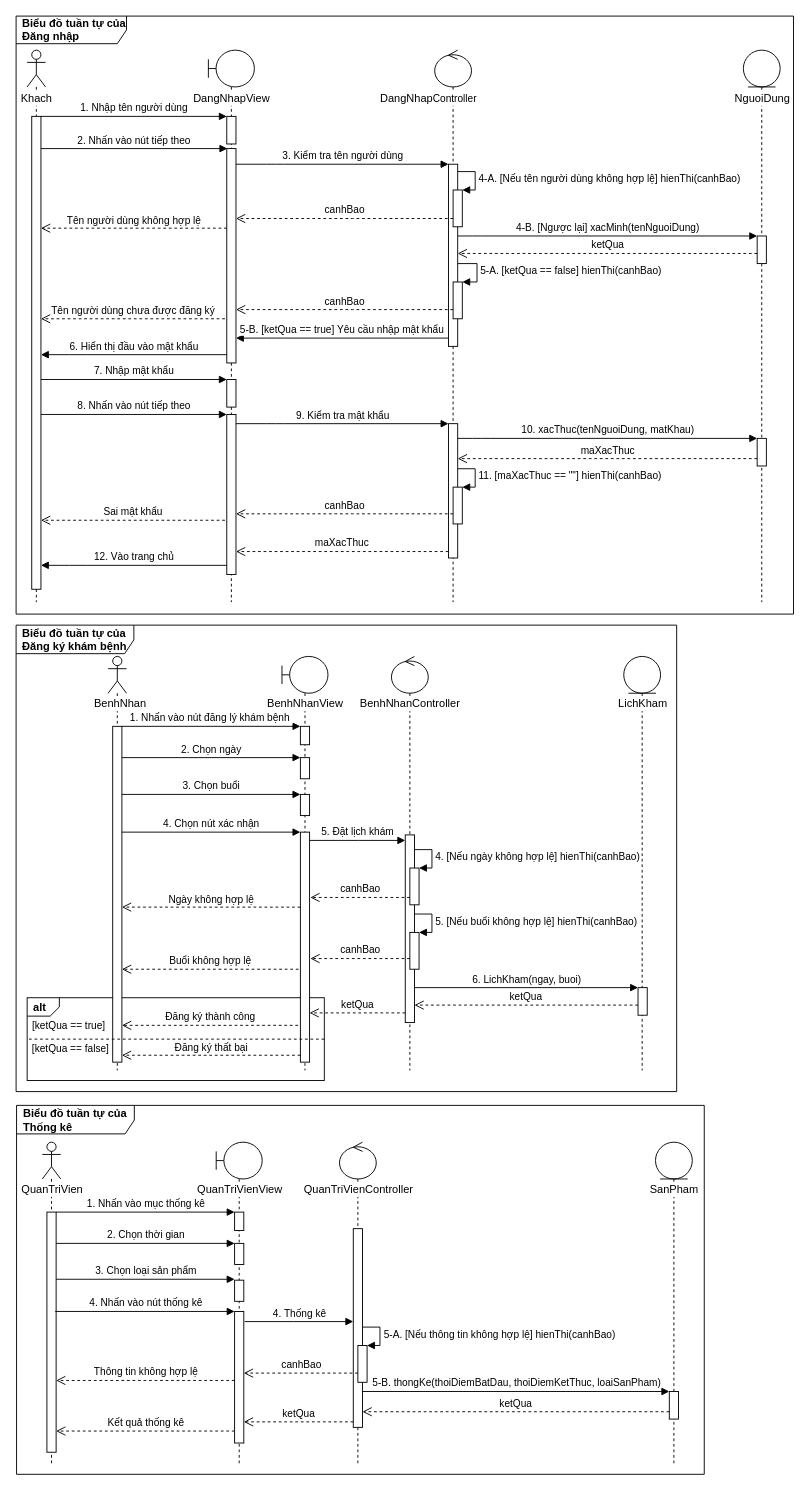
This is page "Sequence" (1 of 4) of designs/luc.drawio from luclegen/medicine16, a draw.io file, before an edit. Source tidied: cells renumbered, new cells numbered last; positions are measured from the earlier drawing's top-left corner, leaving out a move shared by most shapes. Both pictures are drawn from the tidied source at 92%, with x=0, y=0 at pixel (16, 16).
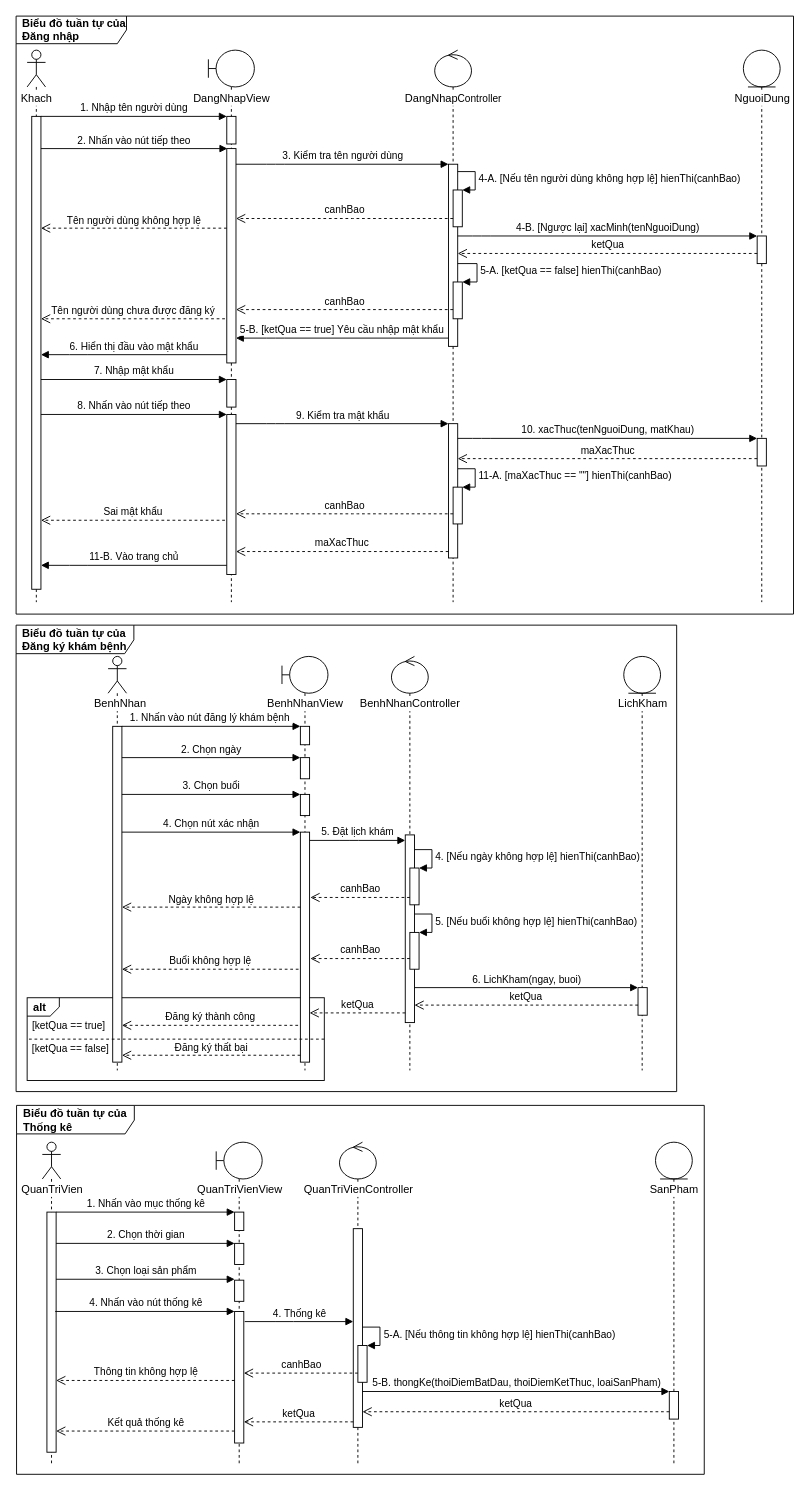
After the change.

Commit message:
Change 12 to 11-B of Biểu đồ tuần tự của Đăng nhập

The change refers to these unchanged cells:
```xml
<mxCell id="7" style="shape=umlLifeline;participant=umlControl;perimeter=lifelinePerimeter;whiteSpace=wrap;html=1;verticalAlign=top;spacingTop=36;" parent="1" vertex="1">
  <mxGeometry x="455" y="37" width="40" height="600" as="geometry" />
</mxCell>
<mxCell id="10" style="html=1;points=[];perimeter=orthogonalPerimeter;labelBackgroundColor=#FFFFFF;" parent="7" vertex="1">
  <mxGeometry x="20" y="475" width="10" height="40" as="geometry" />
</mxCell>
<mxCell id="13" style="html=1;points=[];perimeter=orthogonalPerimeter;" parent="11" vertex="1">
  <mxGeometry x="20" y="396" width="10" height="174" as="geometry" />
</mxCell>
<mxCell id="25" style="html=1;points=[];perimeter=orthogonalPerimeter;" parent="1" vertex="1">
  <mxGeometry x="17" y="109" width="10" height="514" as="geometry" />
</mxCell>
```

What changed in the source:
```diff
@@
-    <mxCell id="8" value="11. [maXacThuc == &quot;&quot;] hienThi(canhBao)" style="edgeStyle=orthogonalEdgeStyle;html=1;align=left;spacingLeft=2;endArrow=block;rounded=0;entryX=1;entryY=0;" parent="7" edge="1" target="10">
+    <mxCell id="8" value="11-A. [maXacThuc == &quot;&quot;] hienThi(canhBao)" style="edgeStyle=orthogonalEdgeStyle;html=1;align=left;spacingLeft=2;endArrow=block;rounded=0;entryX=1;entryY=0;" parent="7" edge="1" target="10">
       <mxGeometry relative="1" as="geometry">
         <mxPoint x="25" y="455" as="sourcePoint" />
         <Array as="points">
           <mxPoint x="44" y="455" />
           <mxPoint x="44" y="475" />
         </Array>
       </mxGeometry>
     </mxCell>
@@
     <mxCell id="22" value="DangNhap&lt;span style=&quot;font-size: 11px&quot;&gt;Controller&lt;/span&gt;" style="text;html=1;align=center;verticalAlign=middle;strokeColor=none;labelBackgroundColor=#FFFFFF;" parent="1" vertex="1">
-      <mxGeometry x="390.5" y="80.5" width="115" height="19" as="geometry" />
+      <mxGeometry x="417.5" y="80.5" width="115" height="19" as="geometry" />
     </mxCell>
@@
-    <mxCell id="81" value="12.&amp;nbsp;&lt;span style=&quot;text-align: left&quot;&gt;Vào trang chủ&lt;/span&gt;" style="html=1;verticalAlign=bottom;endArrow=block;" parent="1" edge="1" source="13" target="25">
+    <mxCell id="81" value="11-B.&amp;nbsp;&lt;span style=&quot;text-align: left&quot;&gt;Vào trang chủ&lt;/span&gt;" style="html=1;verticalAlign=bottom;endArrow=block;" parent="1" edge="1" source="13" target="25">
       <mxGeometry relative="1" as="geometry">
         <Array as="points">
           <mxPoint x="68" y="597" />
         </Array>
       </mxGeometry>
     </mxCell>
```
